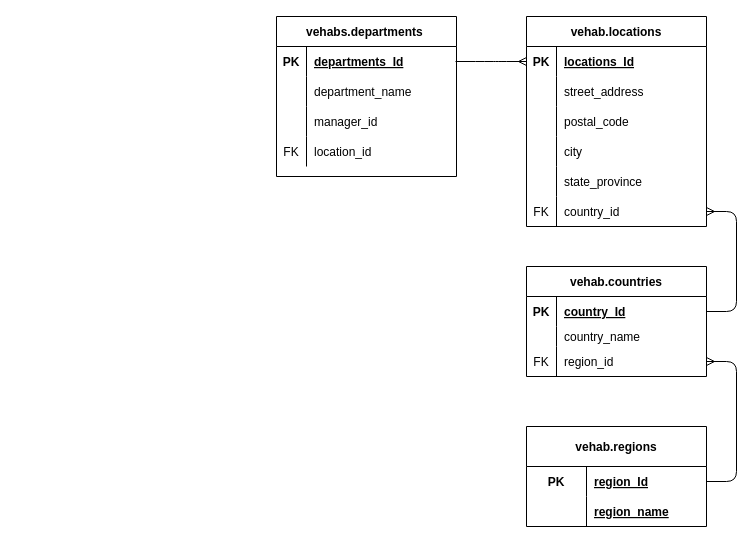
VehabK/a07_erds keeps this draw.io diagram as HT_ERD.drawio. Above is the earlier version. Source tidied: cells renumbered, new cells numbered last; positions are measured from the earlier drawing's top-left corner, leaving out a move shared by most shapes. Both pictures are drawn from the tidied source at 100%, with x=0, y=0 at pixel (276, 16).
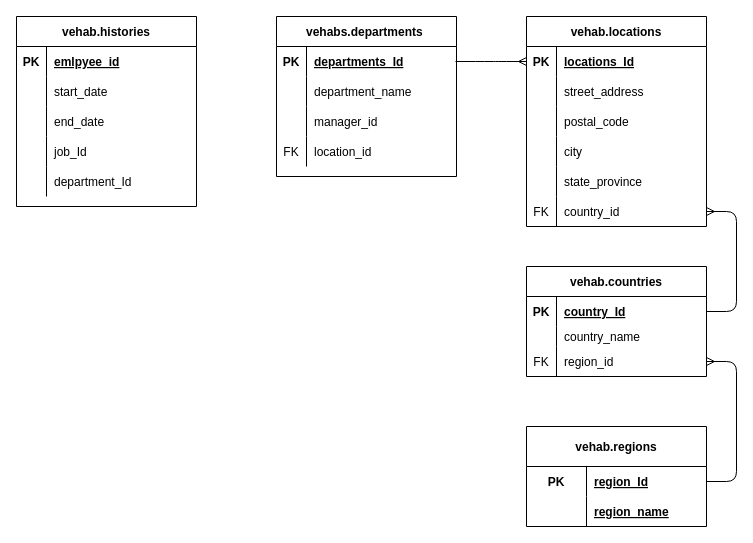
The same page after the edit.

Commit message:
added histories table

The edit, as a diff of the source:
```diff
@@
+    <mxCell id="54" value="vehab.histories" style="shape=table;startSize=30;childLayout=tableLayout;rowLines=0;fontStyle=1;align=center;strokeColor=#000000;" parent="1" vertex="1">
+      <mxGeometry x="-260" width="180" height="190" as="geometry" />
+    </mxCell>
+    <mxCell id="55" style="shape=partialRectangle;fillColor=none;top=0;left=0;bottom=1;right=0;strokeColor=none;" parent="54" vertex="1">
+      <mxGeometry y="30" width="180" height="30" as="geometry" />
+    </mxCell>
+    <mxCell id="56" value="PK" style="shape=partialRectangle;fillColor=none;top=0;left=0;bottom=0;right=0;fontStyle=1;overflow=hidden;" parent="55" vertex="1">
+      <mxGeometry width="30" height="30" as="geometry" />
+    </mxCell>
+    <mxCell id="57" value="emlpyee_id" style="shape=partialRectangle;fillColor=none;top=0;left=0;bottom=0;right=0;align=left;spacingLeft=6;fontStyle=5;overflow=hidden;" parent="55" vertex="1">
+      <mxGeometry x="30" width="150" height="30" as="geometry" />
+    </mxCell>
+    <mxCell id="58" style="shape=partialRectangle;fillColor=none;top=0;left=0;bottom=0;right=0;" parent="54" vertex="1">
+      <mxGeometry y="60" width="180" height="30" as="geometry" />
+    </mxCell>
+    <mxCell id="59" style="shape=partialRectangle;fillColor=none;top=0;left=0;bottom=0;right=0;overflow=hidden;" parent="58" vertex="1">
+      <mxGeometry width="30" height="30" as="geometry" />
+    </mxCell>
+    <mxCell id="60" value="start_date" style="shape=partialRectangle;fillColor=none;top=0;left=0;bottom=0;right=0;align=left;spacingLeft=6;overflow=hidden;" parent="58" vertex="1">
+      <mxGeometry x="30" width="150" height="30" as="geometry" />
+    </mxCell>
+    <mxCell id="61" style="shape=partialRectangle;fillColor=none;top=0;left=0;bottom=0;right=0;" parent="54" vertex="1">
+      <mxGeometry y="90" width="180" height="30" as="geometry" />
+    </mxCell>
+    <mxCell id="62" style="shape=partialRectangle;fillColor=none;top=0;left=0;bottom=0;right=0;overflow=hidden;" parent="61" vertex="1">
+      <mxGeometry width="30" height="30" as="geometry" />
+    </mxCell>
+    <mxCell id="63" value="end_date" style="shape=partialRectangle;fillColor=none;top=0;left=0;bottom=0;right=0;align=left;spacingLeft=6;overflow=hidden;" parent="61" vertex="1">
+      <mxGeometry x="30" width="150" height="30" as="geometry" />
+    </mxCell>
+    <mxCell id="64" style="shape=partialRectangle;fillColor=none;top=0;left=0;bottom=0;right=0;" parent="54" vertex="1">
+      <mxGeometry y="120" width="180" height="30" as="geometry" />
+    </mxCell>
+    <mxCell id="65" style="shape=partialRectangle;fillColor=none;top=0;left=0;bottom=0;right=0;overflow=hidden;" parent="64" vertex="1">
+      <mxGeometry width="30" height="30" as="geometry" />
+    </mxCell>
+    <mxCell id="66" value="job_Id" style="shape=partialRectangle;fillColor=none;top=0;left=0;bottom=0;right=0;align=left;spacingLeft=6;overflow=hidden;" parent="64" vertex="1">
+      <mxGeometry x="30" width="150" height="30" as="geometry" />
+    </mxCell>
+    <mxCell id="67" style="shape=partialRectangle;fillColor=none;top=0;left=0;bottom=0;right=0;" parent="54" vertex="1">
+      <mxGeometry y="150" width="180" height="30" as="geometry" />
+    </mxCell>
+    <mxCell id="68" style="shape=partialRectangle;fillColor=none;top=0;left=0;bottom=0;right=0;overflow=hidden;" parent="67" vertex="1">
+      <mxGeometry width="30" height="30" as="geometry" />
+    </mxCell>
+    <mxCell id="69" value="department_Id" style="shape=partialRectangle;fillColor=none;top=0;left=0;bottom=0;right=0;align=left;spacingLeft=6;overflow=hidden;" parent="67" vertex="1">
+      <mxGeometry x="30" width="150" height="30" as="geometry" />
+    </mxCell>
```
